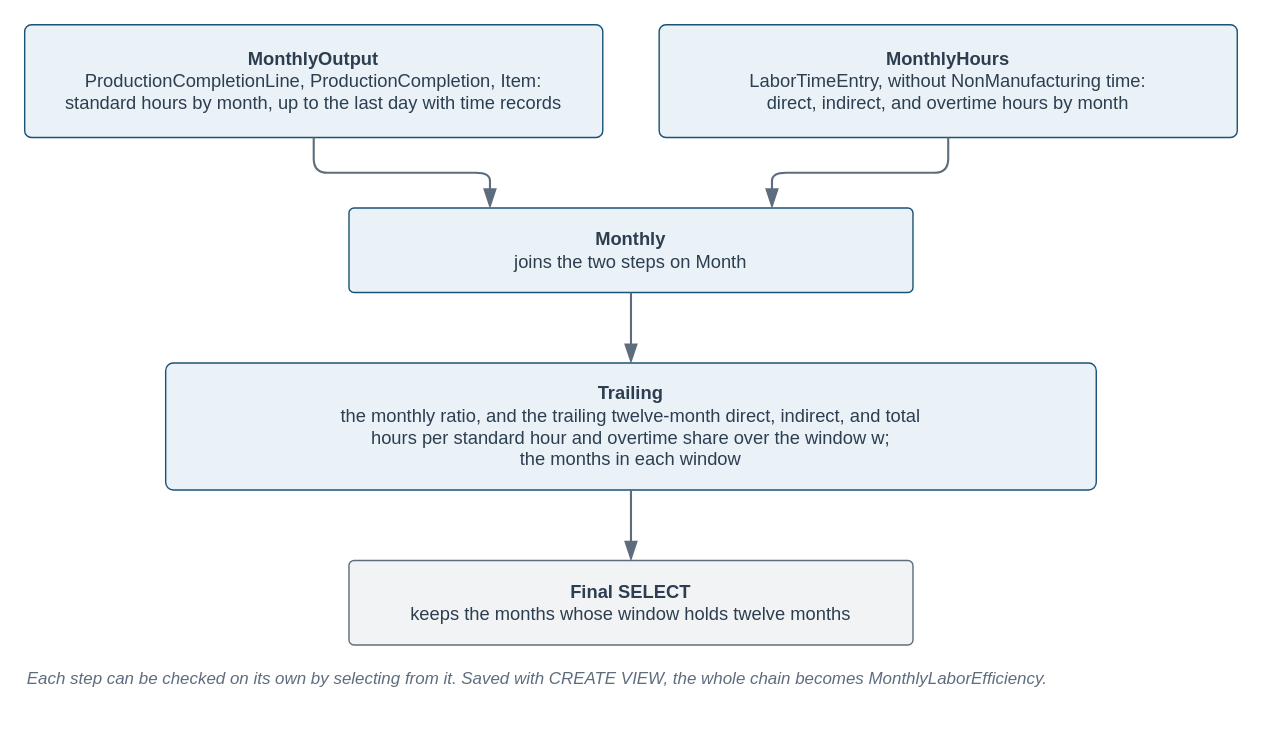
Above: visuals/src/fig-11-08-cte-pipeline.drawio in mmcodesso/Accounting_Analytics_Book (draw.io), before the change. Source tidied: cells renumbered, new cells numbered last; positions are measured from the earlier drawing's top-left corner, leaving out a move shared by most shapes. Both pictures are drawn from the tidied source at 141%, with x=0, y=0 at pixel (24, 24).
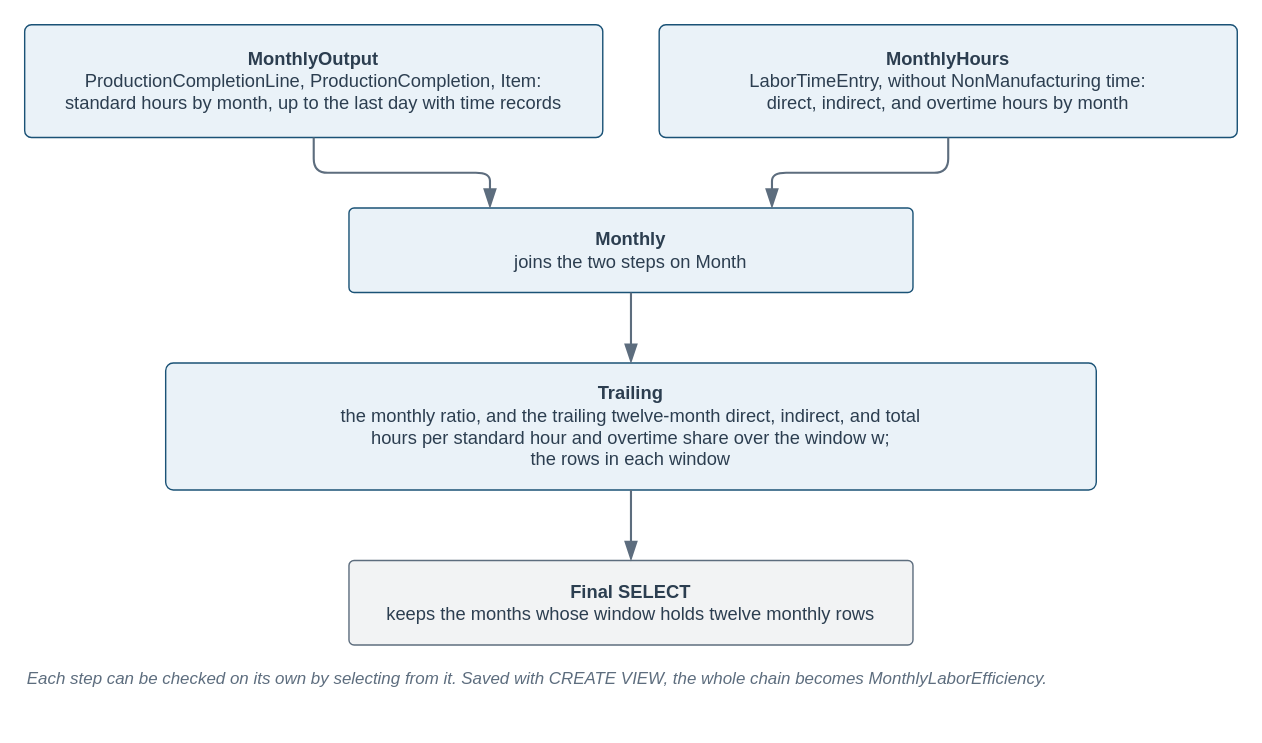
Above is the later version.

The edit, as a diff of the source:
```diff
@@
 <mxGraphModel background="#FFFFFF">
   <root>
     <mxCell id="0" />
     <mxCell id="1" parent="0" />
     <mxCell id="2" style="rounded=0;html=1;fillColor=none;strokeColor=none;" parent="1" vertex="1">
       <mxGeometry width="860" height="492" as="geometry" />
     </mxCell>
     <mxCell id="3" value="&lt;b&gt;MonthlyOutput&lt;/b&gt;&lt;br&gt;ProductionCompletionLine, ProductionCompletion, Item:&lt;br&gt;standard hours by month, up to the last day with time records" style="rounded=1;arcSize=6;whiteSpace=wrap;html=1;fillColor=#EAF2F8;strokeColor=#1A5276;strokeWidth=1;fontColor=#2C3E50;fontSize=13;fontStyle=0;align=center;verticalAlign=middle;fontFamily=Helvetica;spacingLeft=6;spacingRight=6;" parent="1" vertex="1">
       <mxGeometry width="410" height="80" as="geometry" />
     </mxCell>
     <mxCell id="4" value="&lt;b&gt;MonthlyHours&lt;/b&gt;&lt;br&gt;LaborTimeEntry, without NonManufacturing time:&lt;br&gt;direct, indirect, and overtime hours by month" style="rounded=1;arcSize=6;whiteSpace=wrap;html=1;fillColor=#EAF2F8;strokeColor=#1A5276;strokeWidth=1;fontColor=#2C3E50;fontSize=13;fontStyle=0;align=center;verticalAlign=middle;fontFamily=Helvetica;spacingLeft=6;spacingRight=6;" parent="1" vertex="1">
       <mxGeometry x="450" width="410" height="80" as="geometry" />
     </mxCell>
     <mxCell id="5" value="&lt;b&gt;Monthly&lt;/b&gt;&lt;br&gt;joins the two steps on Month" style="rounded=1;arcSize=6;whiteSpace=wrap;html=1;fillColor=#EAF2F8;strokeColor=#1A5276;strokeWidth=1;fontColor=#2C3E50;fontSize=13;fontStyle=0;align=center;verticalAlign=middle;fontFamily=Helvetica;spacingLeft=6;spacingRight=6;" parent="1" vertex="1">
       <mxGeometry x="230" y="130" width="400" height="60" as="geometry" />
     </mxCell>
-    <mxCell id="6" value="&lt;b&gt;Trailing&lt;/b&gt;&lt;br&gt;the monthly ratio, and the trailing twelve-month direct, indirect, and total&lt;br&gt;hours per standard hour and overtime share over the window w;&lt;br&gt;the months in each window" style="rounded=1;arcSize=6;whiteSpace=wrap;html=1;fillColor=#EAF2F8;strokeColor=#1A5276;strokeWidth=1;fontColor=#2C3E50;fontSize=13;fontStyle=0;align=center;verticalAlign=middle;fontFamily=Helvetica;spacingLeft=6;spacingRight=6;" parent="1" vertex="1">
+    <mxCell id="6" value="&lt;b&gt;Trailing&lt;/b&gt;&lt;br&gt;the monthly ratio, and the trailing twelve-month direct, indirect, and total&lt;br&gt;hours per standard hour and overtime share over the window w;&lt;br&gt;the rows in each window" style="rounded=1;arcSize=6;whiteSpace=wrap;html=1;fillColor=#EAF2F8;strokeColor=#1A5276;strokeWidth=1;fontColor=#2C3E50;fontSize=13;fontStyle=0;align=center;verticalAlign=middle;fontFamily=Helvetica;spacingLeft=6;spacingRight=6;" parent="1" vertex="1">
       <mxGeometry x="100" y="240" width="660" height="90" as="geometry" />
     </mxCell>
-    <mxCell id="7" value="&lt;b&gt;Final SELECT&lt;/b&gt;&lt;br&gt;keeps the months whose window holds twelve months" style="rounded=1;arcSize=6;whiteSpace=wrap;html=1;fillColor=#F2F3F4;strokeColor=#5D6D7E;strokeWidth=1;fontColor=#2C3E50;fontSize=13;fontStyle=0;align=center;verticalAlign=middle;fontFamily=Helvetica;spacingLeft=6;spacingRight=6;" parent="1" vertex="1">
+    <mxCell id="7" value="&lt;b&gt;Final SELECT&lt;/b&gt;&lt;br&gt;keeps the months whose window holds twelve monthly rows" style="rounded=1;arcSize=6;whiteSpace=wrap;html=1;fillColor=#F2F3F4;strokeColor=#5D6D7E;strokeWidth=1;fontColor=#2C3E50;fontSize=13;fontStyle=0;align=center;verticalAlign=middle;fontFamily=Helvetica;spacingLeft=6;spacingRight=6;" parent="1" vertex="1">
       <mxGeometry x="230" y="380" width="400" height="60" as="geometry" />
     </mxCell>
     <mxCell id="8" style="edgeStyle=orthogonalEdgeStyle;rounded=1;html=1;startArrow=none;endArrow=blockThin;startFill=0;endFill=1;startSize=10;endSize=10;strokeColor=#5D6D7E;strokeWidth=1.5;fontSize=12;fontColor=#2C3E50;fontFamily=Helvetica;labelBackgroundColor=#FFFFFF;exitX=0.5;exitY=1;exitDx=0;exitDy=0;entryX=0.25;entryY=0;entryDx=0;entryDy=0;" parent="1" edge="1" source="3" target="5">
       <mxGeometry relative="1" as="geometry" />
     </mxCell>
     <mxCell id="9" style="edgeStyle=orthogonalEdgeStyle;rounded=1;html=1;startArrow=none;endArrow=blockThin;startFill=0;endFill=1;startSize=10;endSize=10;strokeColor=#5D6D7E;strokeWidth=1.5;fontSize=12;fontColor=#2C3E50;fontFamily=Helvetica;labelBackgroundColor=#FFFFFF;exitX=0.5;exitY=1;exitDx=0;exitDy=0;entryX=0.75;entryY=0;entryDx=0;entryDy=0;" parent="1" edge="1" source="4" target="5">
       <mxGeometry relative="1" as="geometry" />
     </mxCell>
     <mxCell id="10" style="edgeStyle=orthogonalEdgeStyle;rounded=1;html=1;startArrow=none;endArrow=blockThin;startFill=0;endFill=1;startSize=10;endSize=10;strokeColor=#5D6D7E;strokeWidth=1.5;fontSize=12;fontColor=#2C3E50;fontFamily=Helvetica;labelBackgroundColor=#FFFFFF;" parent="1" edge="1" source="5" target="6">
       <mxGeometry relative="1" as="geometry" />
     </mxCell>
     <mxCell id="11" style="edgeStyle=orthogonalEdgeStyle;rounded=1;html=1;startArrow=none;endArrow=blockThin;startFill=0;endFill=1;startSize=10;endSize=10;strokeColor=#5D6D7E;strokeWidth=1.5;fontSize=12;fontColor=#2C3E50;fontFamily=Helvetica;labelBackgroundColor=#FFFFFF;" parent="1" edge="1" source="6" target="7">
       <mxGeometry relative="1" as="geometry" />
     </mxCell>
     <mxCell id="12" value="&lt;i&gt;Each step can be checked on its own by selecting from it. Saved with CREATE VIEW, the whole chain becomes MonthlyLaborEfficiency.&lt;/i&gt;" style="text;html=1;whiteSpace=wrap;align=left;verticalAlign=top;fontSize=12;fontColor=#5D6D7E;fontStyle=0;fontFamily=Helvetica;spacing=2;fillColor=none;strokeColor=none;" parent="1" vertex="1">
       <mxGeometry y="450" width="860" height="40" as="geometry" />
     </mxCell>
   </root>
 </mxGraphModel>
```
